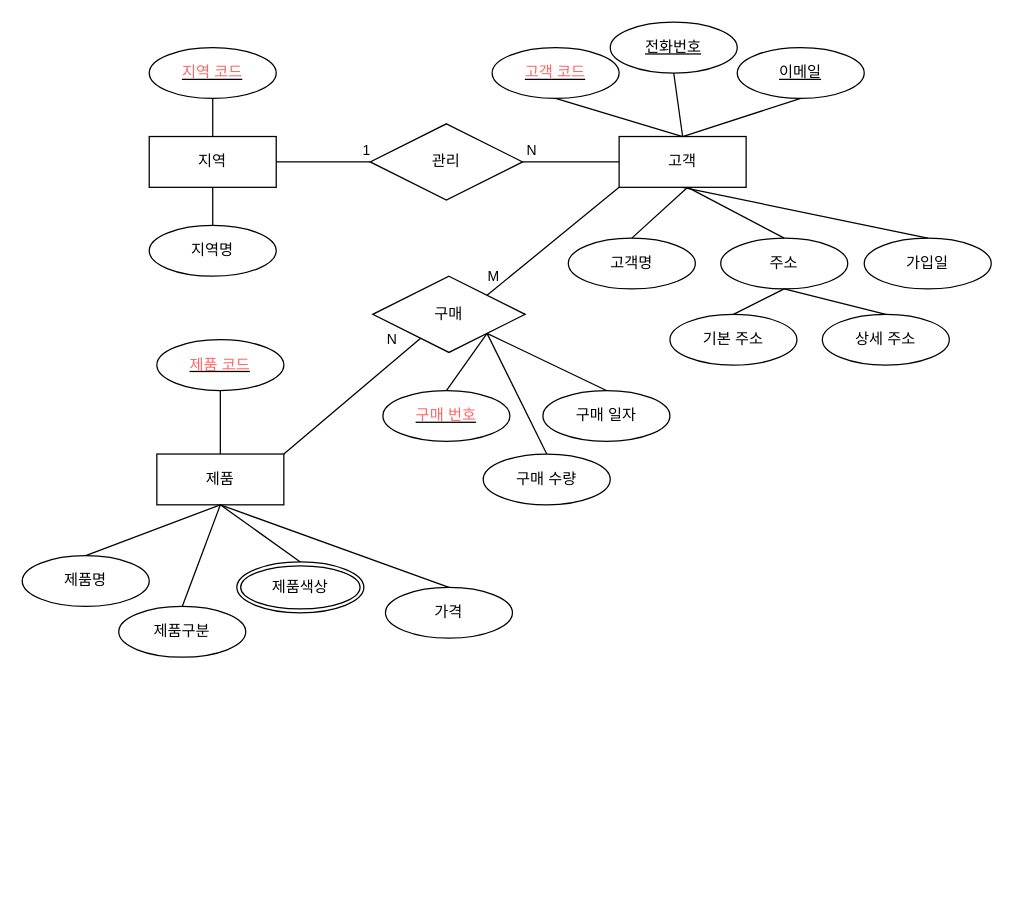
The draw.io diagram page "온라인전자상거래플랫폼_ERD" (1 of 4) of 생각하는_데이터베이스_모델링.drawio in HJ0216/ERDPractice, before the edit. Source tidied: cells renumbered, new cells numbered last; positions are measured from the earlier drawing's top-left corner, leaving out a move shared by most shapes. Both pictures are drawn from the tidied source at 127%, with x=0, y=0 at pixel (22, 22).
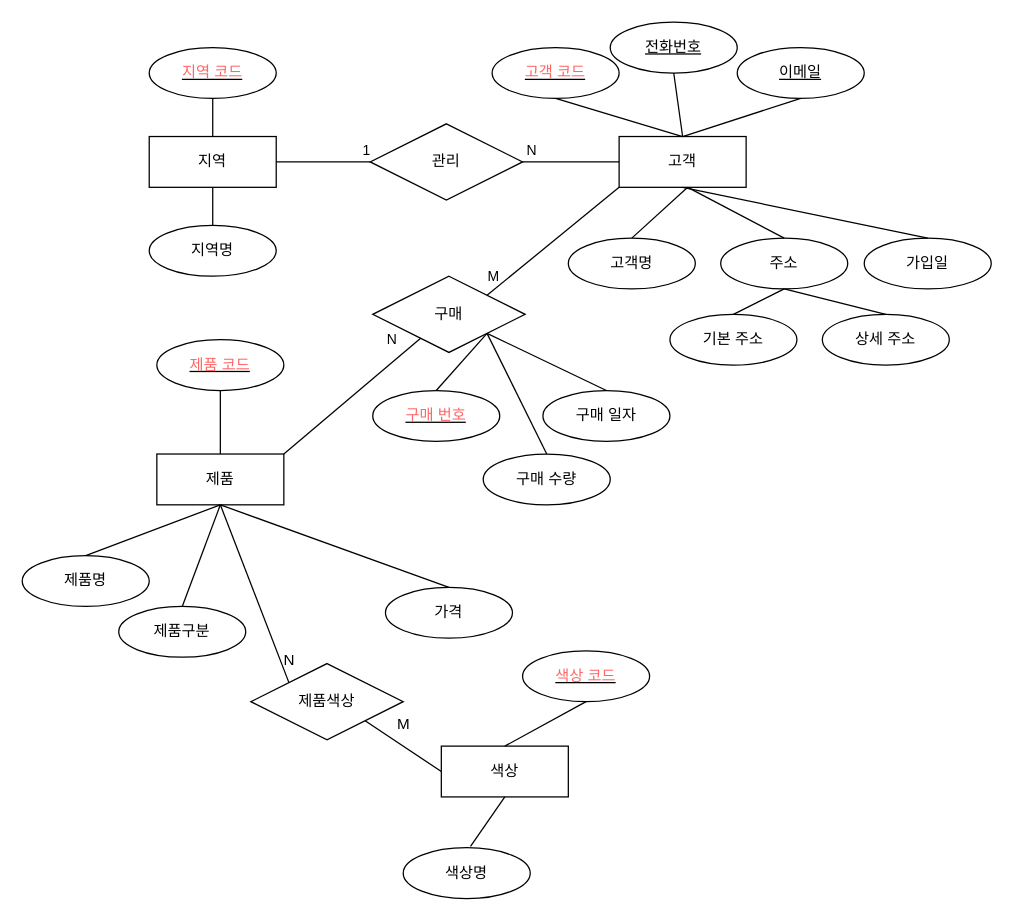
After the change.

Commit message:
📝Docs: #-- 온라인전자상거래플랫폼 ERD 수정

Change to the diagram source:
```diff
@@
     <mxCell id="29" value="&lt;font color=&quot;#ff6666&quot;&gt;구매 번호&lt;/font&gt;" style="ellipse;whiteSpace=wrap;html=1;align=center;fontStyle=4;" parent="1" vertex="1">
-      <mxGeometry x="284" y="290" width="100" height="40" as="geometry" />
+      <mxGeometry x="276" y="290" width="100" height="40" as="geometry" />
     </mxCell>
@@
-    <mxCell id="36" value="제품색상" style="ellipse;shape=doubleEllipse;margin=3;whiteSpace=wrap;html=1;align=center;" parent="1" vertex="1">
-      <mxGeometry x="169" y="425" width="100" height="40" as="geometry" />
-    </mxCell>
-    <mxCell id="37" style="endArrow=none;html=1;rounded=0;entryX=0.5;entryY=0;entryDx=0;entryDy=0;" parent="1" edge="1" target="36">
+    <mxCell id="37" style="endArrow=none;html=1;rounded=0;entryX=0;entryY=0;entryDx=0;entryDy=0;" parent="1" edge="1" target="36">
       <mxGeometry relative="1" as="geometry">
         <mxPoint x="156" y="380" as="sourcePoint" />
       </mxGeometry>
     </mxCell>
@@
+    <mxCell id="51" value="색상" style="whiteSpace=wrap;html=1;align=center;" parent="1" vertex="1">
+      <mxGeometry x="330" y="570" width="100" height="40" as="geometry" />
+    </mxCell>
+    <mxCell id="52" value="&lt;font color=&quot;#ff6666&quot;&gt;색상 코드&lt;/font&gt;" style="ellipse;whiteSpace=wrap;html=1;align=center;fontStyle=4;" parent="1" vertex="1">
+      <mxGeometry x="394" y="495" width="100" height="40" as="geometry" />
+    </mxCell>
+    <mxCell id="53" value="색상명" style="ellipse;whiteSpace=wrap;html=1;align=center;" parent="1" vertex="1">
+      <mxGeometry x="300" y="650" width="100" height="40" as="geometry" />
+    </mxCell>
+    <mxCell id="54" style="endArrow=none;html=1;rounded=0;entryX=0.5;entryY=1;entryDx=0;entryDy=0;exitX=0.5;exitY=0;exitDx=0;exitDy=0;" parent="1" edge="1" source="51" target="52">
+      <mxGeometry relative="1" as="geometry" />
+    </mxCell>
+    <mxCell id="55" style="endArrow=none;html=1;rounded=0;entryX=0.53;entryY=-0.025;entryDx=0;entryDy=0;entryPerimeter=0;exitX=0.5;exitY=1;exitDx=0;exitDy=0;" parent="1" edge="1" source="51" target="53">
+      <mxGeometry relative="1" as="geometry" />
+    </mxCell>
+    <mxCell id="36" value="제품색상" style="shape=rhombus;perimeter=rhombusPerimeter;whiteSpace=wrap;html=1;align=center;" parent="1" vertex="1">
+      <mxGeometry x="180" y="505" width="120" height="60" as="geometry" />
+    </mxCell>
+    <mxCell id="56" style="endArrow=none;html=1;rounded=0;exitX=1;exitY=1;exitDx=0;exitDy=0;entryX=0;entryY=0.5;entryDx=0;entryDy=0;" parent="1" edge="1" source="36" target="51">
+      <mxGeometry relative="1" as="geometry" />
+    </mxCell>
+    <mxCell id="57" value="N" style="text;html=1;align=center;verticalAlign=middle;strokeColor=none;fillColor=none;" parent="1" vertex="1">
+      <mxGeometry x="195" y="488" width="30" height="30" as="geometry" />
+    </mxCell>
+    <mxCell id="58" value="M" style="text;html=1;align=center;verticalAlign=middle;strokeColor=none;fillColor=none;" parent="1" vertex="1">
+      <mxGeometry x="285" y="538" width="30" height="30" as="geometry" />
+    </mxCell>
```
